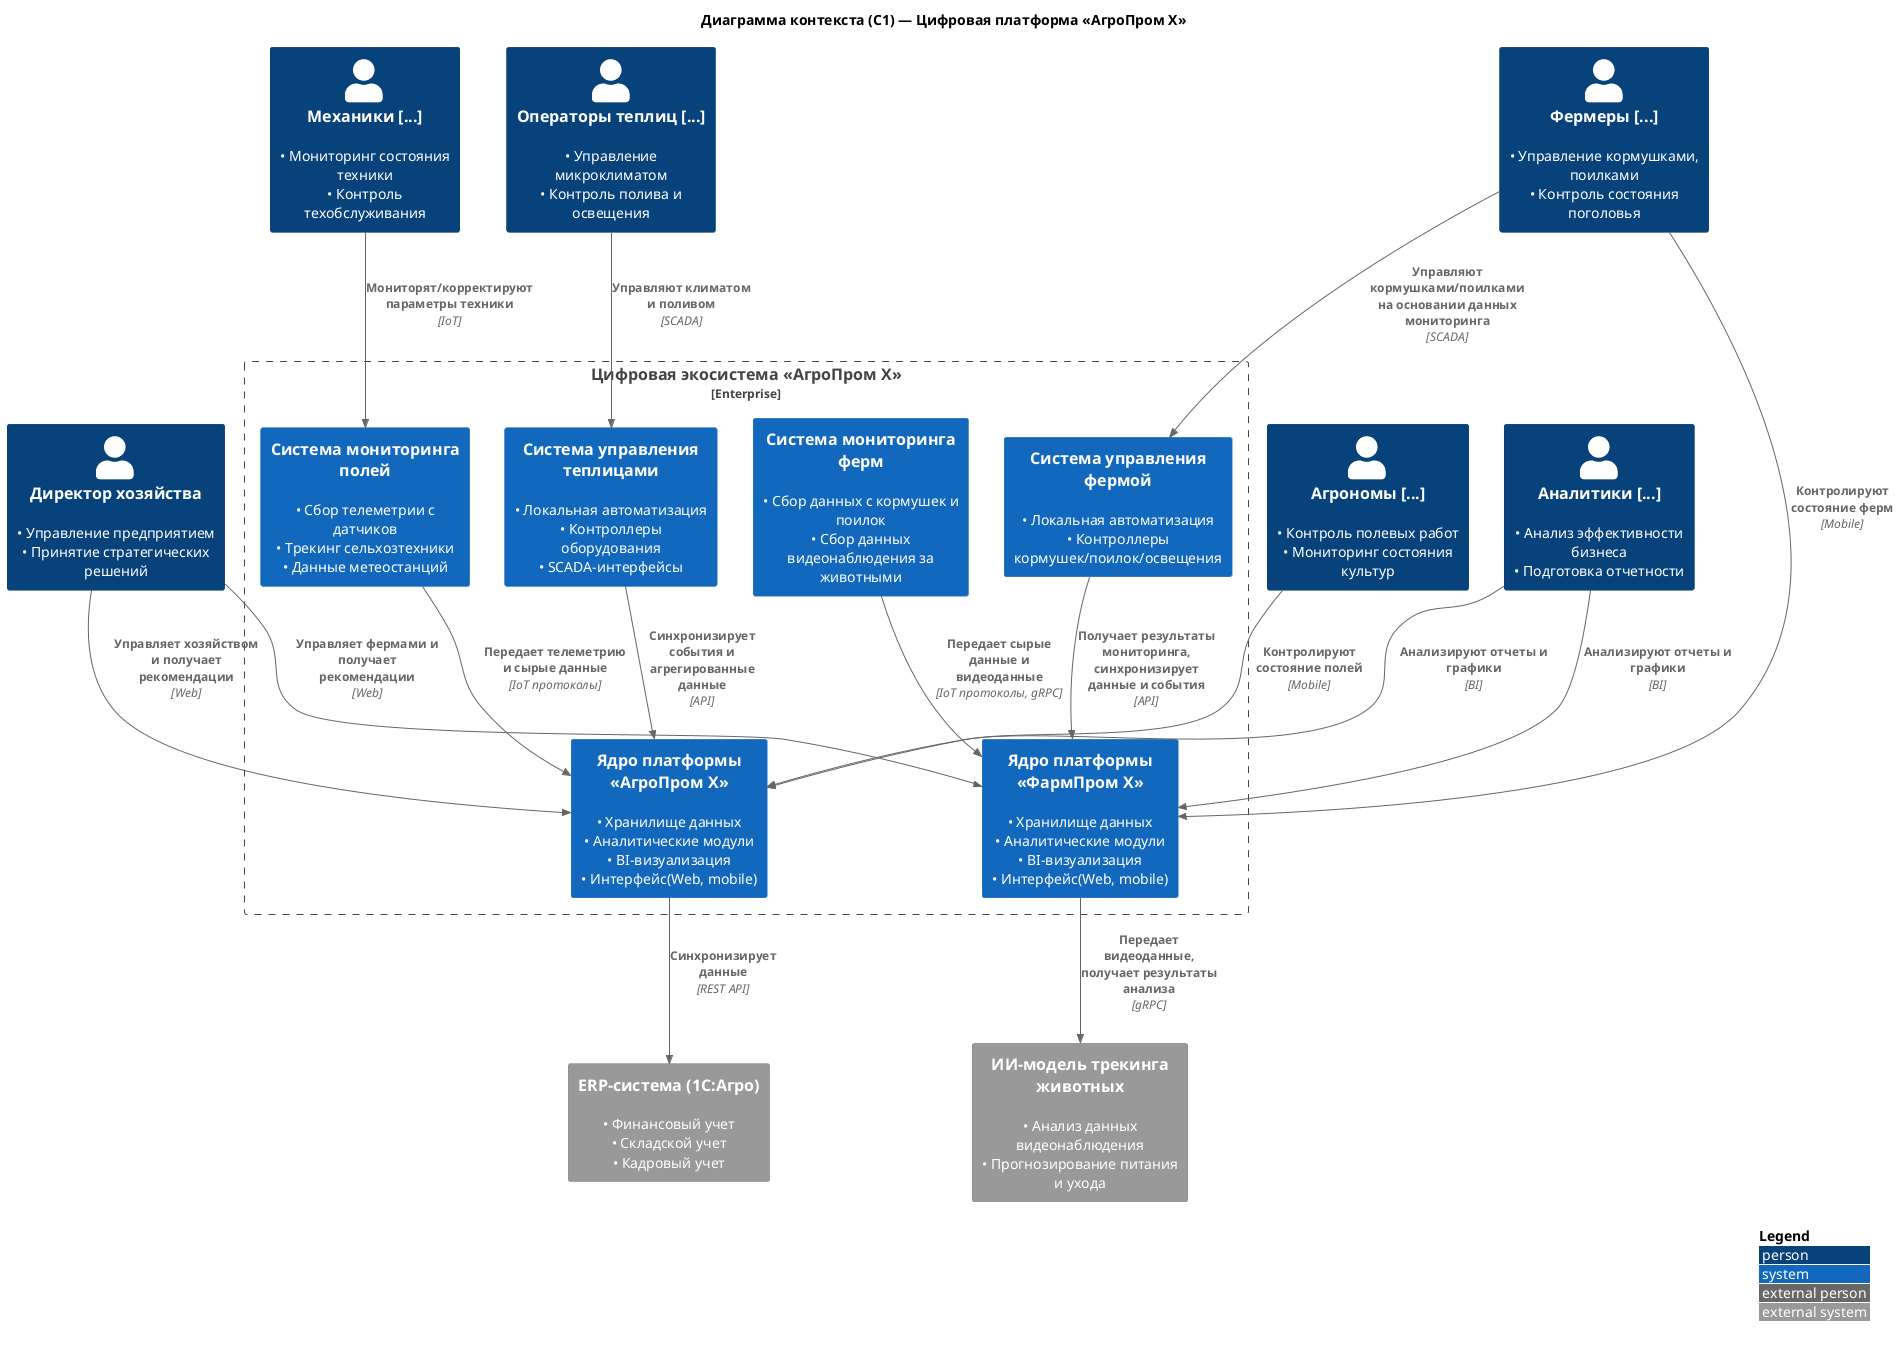
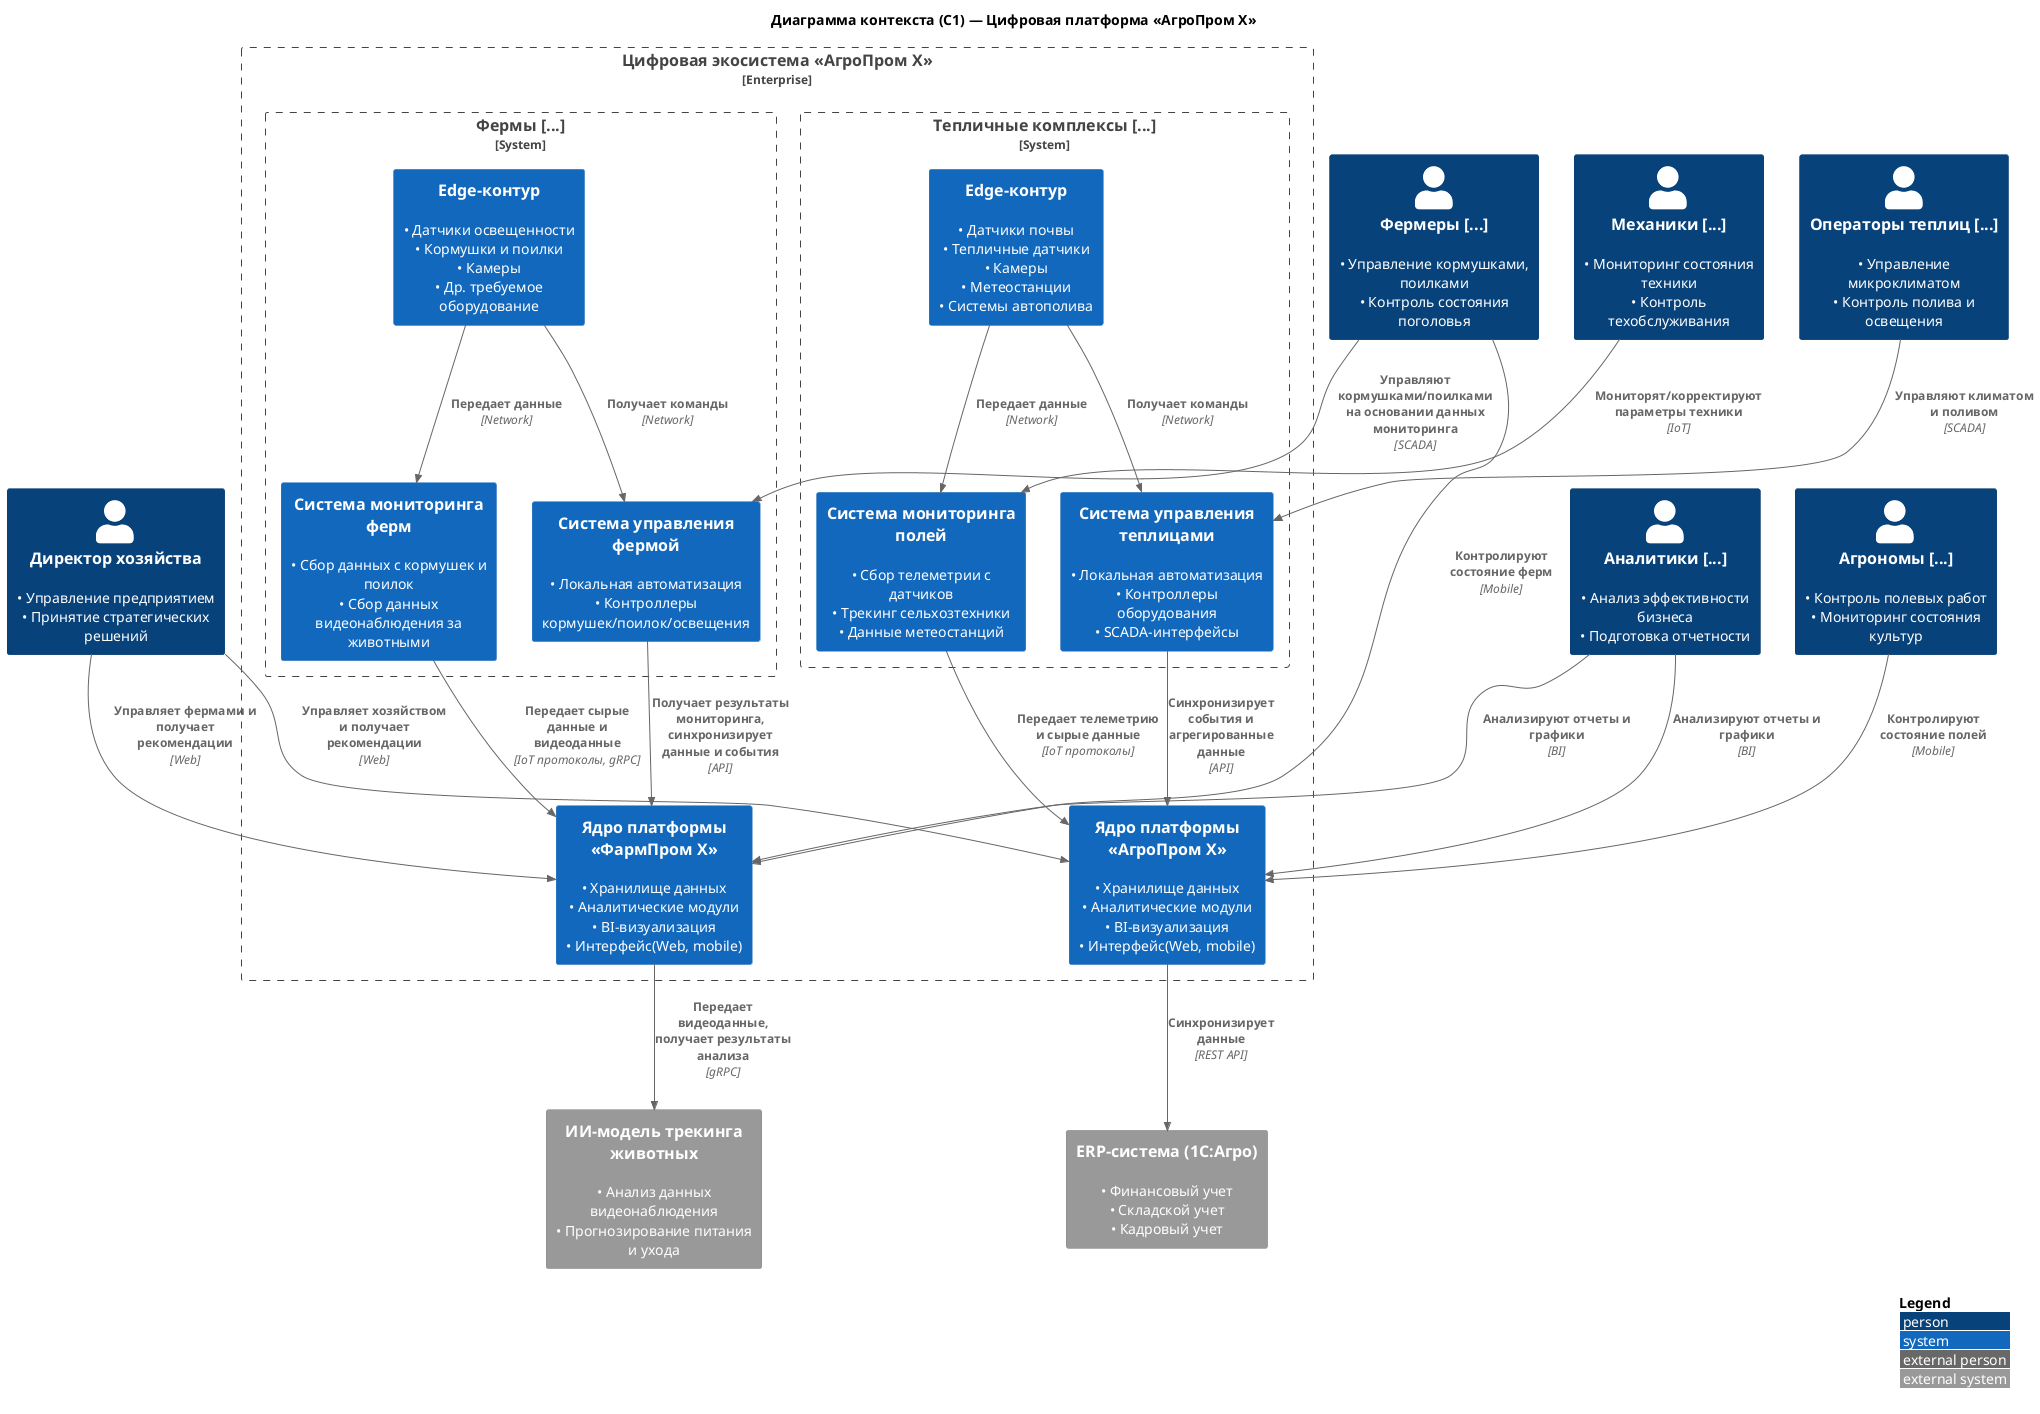
@startuml

!include <C4/C4_Context>

LAYOUT_WITH_LEGEND()

title Диаграмма контекста (C1) — Цифровая платформа «АгроПром X»

' Пользователи
Person(director, "Директор хозяйства", "• Управление предприятием\n• Принятие стратегических решений")
Person(analyst, "Аналитики [...]", "• Анализ эффективности бизнеса\n• Подготовка отчетности")
Person(agronom, "Агрономы [...]", "• Контроль полевых работ\n• Мониторинг состояния культур")
Person(mechanic, "Механики [...]", "• Мониторинг состояния техники\n• Контроль техобслуживания")
Person(operator, "Операторы теплиц [...]", "• Управление микроклиматом\n• Контроль полива и освещения")
Person(farmer, "Фермеры [...]", "• Управление кормушками, поилками\n• Контроль состояния поголовья")


' Внутренний контур предприятия
Enterprise_Boundary(company, "Цифровая экосистема «АгроПром X»") {
+  System_Boundary(agro, "Тепличные комплексы [...]"){
+  System(edge,"Edge-контур","• Датчики почвы\n• Тепличные датчики\n• Камеры\n• Метеостанции\n• Системы автополива")
    System(fields_sys, "Система мониторинга полей", "• Сбор телеметрии с датчиков\n• Трекинг сельхозтехники\n• Данные метеостанций")
    System(greenhouse_sys, "Система управления теплицами", "• Локальная автоматизация\n• Контроллеры оборудования\n• SCADA-интерфейсы")
+     }
    System(agroprom, "Ядро платформы «АгроПром X»", "• Хранилище данных\n• Аналитические модули\n• BI-визуализация\n• Интерфейс(Web, mobile)")
    System(farmprom, "Ядро платформы «ФармПром X»", "• Хранилище данных\n• Аналитические модули\n• BI-визуализация\n• Интерфейс(Web, mobile)")
+    System_Boundary(farm, "Фермы [...]"){
+    System(edge_f,"Edge-контур","• Датчики освещенности\n• Кормушки и поилки\n• Камеры\n• Др. требуемое оборудование")
    System(farm_sys, "Система мониторинга ферм", "• Сбор данных с кормушек и поилок\n• Сбор данных видеонаблюдения за животными")
    System(food_sys, "Система управления фермой", "• Локальная автоматизация\n• Контроллеры кормушек/поилок/освещения")
+     }
}

' Внешние системы
System_Ext(erp, "ERP-система (1С:Агро)", "• Финансовый учет\n• Складской учет\n• Кадровый учет")
System_Ext(AI_model, "ИИ-модель трекинга животных", "• Анализ данных видеонаблюдения\n• Прогнозирование питания и ухода")

' Связи пользователей с системами
Rel(director, agroprom, "Управляет хозяйством и получает рекомендации", "Web")
Rel(director, farmprom, "Управляет фермами и получает рекомендации", "Web")
Rel(analyst, agroprom, "Анализируют отчеты и графики", "BI")
Rel(analyst, farmprom, "Анализируют отчеты и графики", "BI")
Rel(agronom, agroprom, "Контролируют состояние полей", "Mobile")
Rel(farmer, farmprom, "Контролируют состояние ферм", "Mobile")
Rel(mechanic, fields_sys, "Мониторят/корректируют параметры техники", "IoT")
Rel(operator, greenhouse_sys, "Управляют климатом и поливом", "SCADA")
Rel(farmer, food_sys, "Управляют кормушками/поилками на основании данных мониторинга", "SCADA")

' Взаимодействие между внутренними системами
+ Rel(edge,fields_sys,  "Передает данные", "Network")
+ Rel(edge,greenhouse_sys,  "Получает команды", "Network")
+ Rel(edge_f,farm_sys,  "Передает данные", "Network")
+ Rel(edge_f,food_sys,  "Получает команды", "Network")
Rel(fields_sys, agroprom, "Передает телеметрию и сырые данные", "IoT протоколы")
Rel(greenhouse_sys, agroprom, "Синхронизирует события и агрегированные данные", "API")
Rel(farm_sys, farmprom, "Передает сырые данные и видеоданные", "IoT протоколы, gRPC")
Rel(food_sys, farmprom, "Получает результаты мониторинга, синхронизирует данные и события", "API")

' Связь с внешней системой
Rel(agroprom, erp, "Синхронизирует данные", "REST API")
Rel(farmprom, AI_model, "Передает видеоданные, получает результаты анализа", "gRPC")

@enduml
